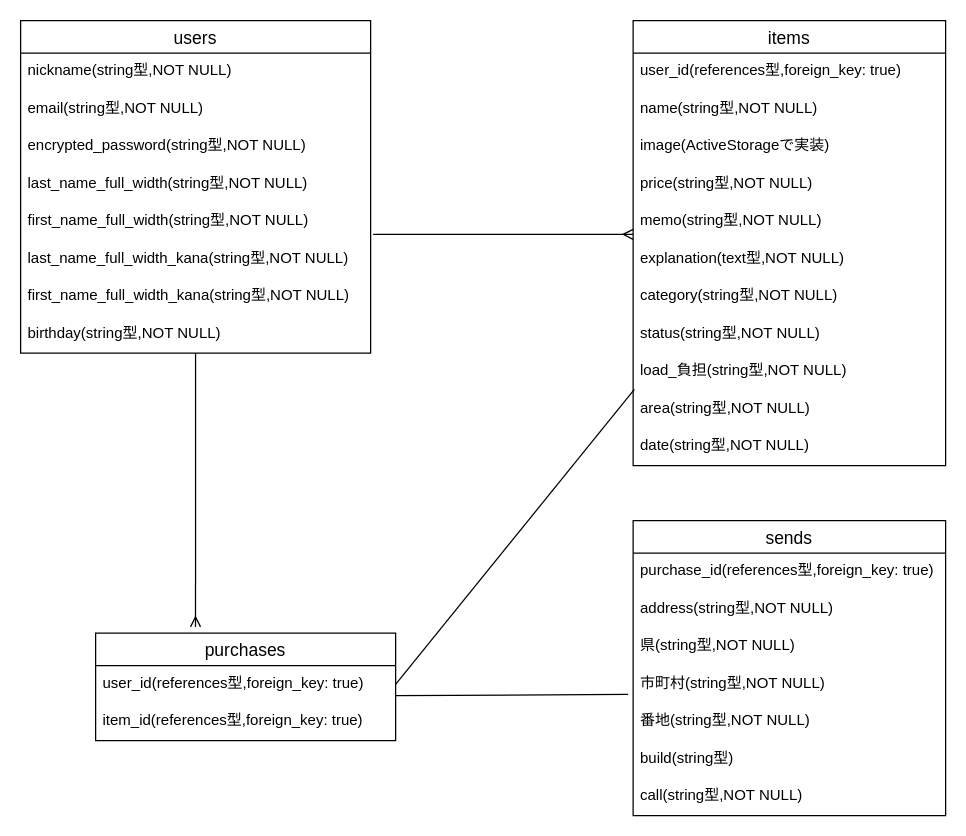
chachamaru6/furima-36589 keeps this draw.io diagram as page "ページ1" (1 of 2) of furima.dio. Above is the earlier version. Source tidied: cells renumbered, new cells numbered last; positions are measured from the earlier drawing's top-left corner, leaving out a move shared by most shapes. Both pictures are drawn from the tidied source at 125%, with x=0, y=0 at pixel (20, 20).
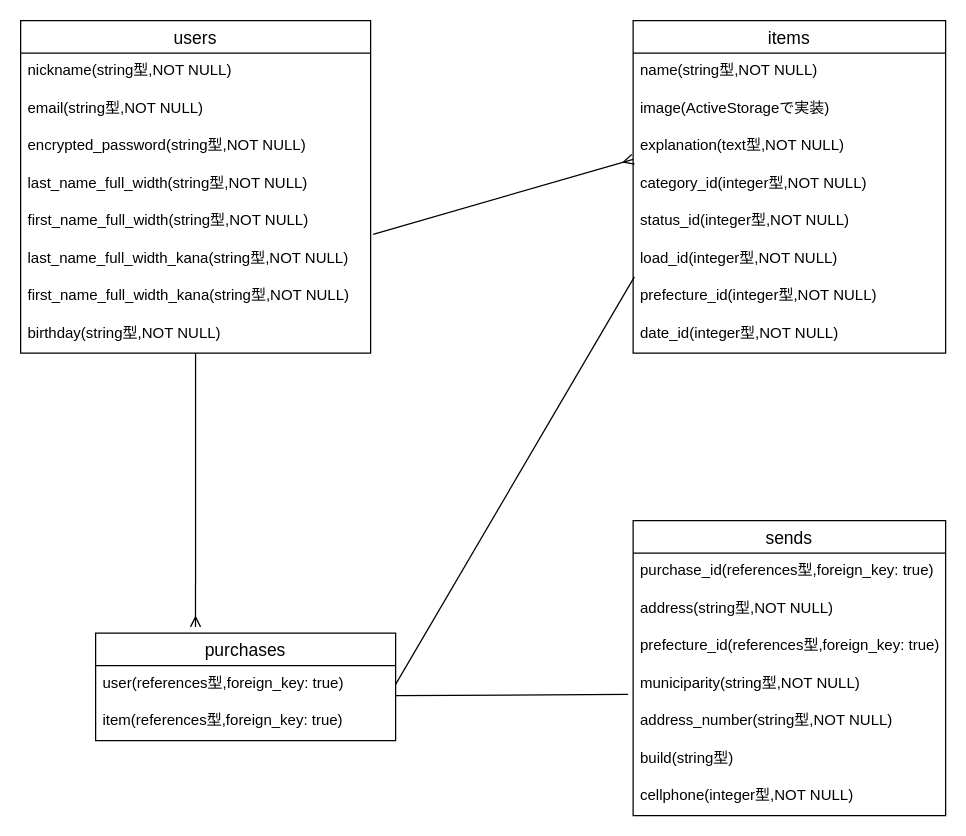
Above is the later version.

Unchanged cells that the change refers to:
```xml
<mxCell id="24" value="purchases" style="swimlane;fontStyle=0;horizontal=1;startSize=26;align=center;fontSize=14;labelBackgroundColor=#ffffff;" parent="1" vertex="1">
  <mxGeometry x="60" y="490" width="240" height="86" as="geometry" />
</mxCell>
<mxCell id="27" value="sends" style="swimlane;fontStyle=0;horizontal=1;startSize=26;align=center;fontSize=14;labelBackgroundColor=#ffffff;fillColor=none;" parent="1" vertex="1">
  <mxGeometry x="490" y="400" width="250" height="236" as="geometry" />
</mxCell>
```

Diff of the diagram source:
```diff
@@
     <mxCell id="12" value="items" style="swimlane;fontStyle=0;horizontal=1;startSize=26;align=center;fontSize=14;labelBackgroundColor=#ffffff;" parent="1" vertex="1">
-      <mxGeometry x="490" width="250" height="356" as="geometry" />
+      <mxGeometry x="490" width="250" height="266" as="geometry" />
     </mxCell>
-    <mxCell id="13" value="user_id(references型,foreign_key: true)" style="text;strokeColor=none;fillColor=none;spacingLeft=4;spacingRight=4;overflow=hidden;fontSize=12;" parent="12" vertex="1">
-      <mxGeometry y="26" width="250" height="30" as="geometry" />
-    </mxCell>
     <mxCell id="14" value="name(string型,NOT NULL)" style="text;strokeColor=none;fillColor=none;spacingLeft=4;spacingRight=4;overflow=hidden;fontSize=12;" parent="12" vertex="1">
-      <mxGeometry y="56" width="250" height="30" as="geometry" />
+      <mxGeometry y="26" width="250" height="30" as="geometry" />
     </mxCell>
     <mxCell id="15" value="image(ActiveStorageで実装)" style="text;strokeColor=none;fillColor=none;spacingLeft=4;spacingRight=4;overflow=hidden;fontSize=12;" parent="12" vertex="1">
-      <mxGeometry y="86" width="250" height="30" as="geometry" />
+      <mxGeometry y="56" width="250" height="30" as="geometry" />
     </mxCell>
-    <mxCell id="16" value="price(string型,NOT NULL)" style="text;strokeColor=none;fillColor=none;spacingLeft=4;spacingRight=4;overflow=hidden;fontSize=12;" parent="12" vertex="1">
-      <mxGeometry y="116" width="250" height="30" as="geometry" />
-    </mxCell>
-    <mxCell id="17" value="memo(string型,NOT NULL)" style="text;strokeColor=none;fillColor=none;spacingLeft=4;spacingRight=4;overflow=hidden;points=[[0,0.5],[1,0.5]];portConstraint=eastwest;fontSize=12;" parent="12" vertex="1">
-      <mxGeometry y="146" width="250" height="30" as="geometry" />
-    </mxCell>
     <mxCell id="18" value="explanation(text型,NOT NULL)" style="text;strokeColor=none;fillColor=none;spacingLeft=4;spacingRight=4;overflow=hidden;fontSize=12;" parent="12" vertex="1">
-      <mxGeometry y="176" width="250" height="30" as="geometry" />
+      <mxGeometry y="86" width="250" height="30" as="geometry" />
     </mxCell>
-    <mxCell id="19" value="category(string型,NOT NULL)" style="text;strokeColor=none;fillColor=none;spacingLeft=4;spacingRight=4;overflow=hidden;fontSize=12;" parent="12" vertex="1">
-      <mxGeometry y="206" width="250" height="30" as="geometry" />
+    <mxCell id="19" value="category_id(integer型,NOT NULL)" style="text;strokeColor=none;fillColor=none;spacingLeft=4;spacingRight=4;overflow=hidden;fontSize=12;" parent="12" vertex="1">
+      <mxGeometry y="116" width="250" height="30" as="geometry" />
     </mxCell>
-    <mxCell id="20" value="status(string型,NOT NULL)" style="text;strokeColor=none;fillColor=none;spacingLeft=4;spacingRight=4;overflow=hidden;fontSize=12;" parent="12" vertex="1">
-      <mxGeometry y="236" width="250" height="30" as="geometry" />
+    <mxCell id="20" value="status_id(integer型,NOT NULL)" style="text;strokeColor=none;fillColor=none;spacingLeft=4;spacingRight=4;overflow=hidden;fontSize=12;" parent="12" vertex="1">
+      <mxGeometry y="146" width="250" height="30" as="geometry" />
     </mxCell>
-    <mxCell id="21" value="load_負担(string型,NOT NULL)" style="text;strokeColor=none;fillColor=none;spacingLeft=4;spacingRight=4;overflow=hidden;fontSize=12;" parent="12" vertex="1">
-      <mxGeometry y="266" width="250" height="30" as="geometry" />
+    <mxCell id="21" value="load_id(integer型,NOT NULL)" style="text;strokeColor=none;fillColor=none;spacingLeft=4;spacingRight=4;overflow=hidden;fontSize=12;" parent="12" vertex="1">
+      <mxGeometry y="176" width="250" height="30" as="geometry" />
     </mxCell>
-    <mxCell id="22" value="area(string型,NOT NULL)" style="text;strokeColor=none;fillColor=none;spacingLeft=4;spacingRight=4;overflow=hidden;points=[[0,0.5],[1,0.5]];portConstraint=eastwest;fontSize=12;" parent="12" vertex="1">
-      <mxGeometry y="296" width="250" height="30" as="geometry" />
+    <mxCell id="22" value="prefecture_id(integer型,NOT NULL)" style="text;strokeColor=none;fillColor=none;spacingLeft=4;spacingRight=4;overflow=hidden;points=[[0,0.5],[1,0.5]];portConstraint=eastwest;fontSize=12;" parent="12" vertex="1">
+      <mxGeometry y="206" width="250" height="30" as="geometry" />
     </mxCell>
-    <mxCell id="23" value="date(string型,NOT NULL)" style="text;strokeColor=none;fillColor=none;spacingLeft=4;spacingRight=4;overflow=hidden;fontSize=12;" parent="12" vertex="1">
-      <mxGeometry y="326" width="250" height="30" as="geometry" />
+    <mxCell id="23" value="date_id(integer型,NOT NULL)" style="text;strokeColor=none;fillColor=none;spacingLeft=4;spacingRight=4;overflow=hidden;fontSize=12;" parent="12" vertex="1">
+      <mxGeometry y="236" width="250" height="30" as="geometry" />
     </mxCell>
@@
-    <mxCell id="25" value="user_id(references型,foreign_key: true)" style="text;strokeColor=none;fillColor=none;spacingLeft=4;spacingRight=4;overflow=hidden;fontSize=12;" parent="24" vertex="1">
+    <mxCell id="25" value="user(references型,foreign_key: true)" style="text;strokeColor=none;fillColor=none;spacingLeft=4;spacingRight=4;overflow=hidden;fontSize=12;" parent="24" vertex="1">
       <mxGeometry y="26" width="240" height="30" as="geometry" />
     </mxCell>
-    <mxCell id="26" value="item_id(references型,foreign_key: true)" style="text;strokeColor=none;fillColor=none;spacingLeft=4;spacingRight=4;overflow=hidden;fontSize=12;" parent="24" vertex="1">
+    <mxCell id="26" value="item(references型,foreign_key: true)" style="text;strokeColor=none;fillColor=none;spacingLeft=4;spacingRight=4;overflow=hidden;fontSize=12;" parent="24" vertex="1">
       <mxGeometry y="56" width="240" height="30" as="geometry" />
     </mxCell>
@@
-    <mxCell id="30" value="県(string型,NOT NULL)" style="text;strokeColor=none;fillColor=none;spacingLeft=4;spacingRight=4;overflow=hidden;fontSize=12;" parent="27" vertex="1">
+    <mxCell id="30" value="prefecture_id(references型,foreign_key: true)" style="text;strokeColor=none;fillColor=none;spacingLeft=4;spacingRight=4;overflow=hidden;fontSize=12;" parent="27" vertex="1">
       <mxGeometry y="86" width="250" height="30" as="geometry" />
     </mxCell>
-    <mxCell id="31" value="市町村(string型,NOT NULL)" style="text;strokeColor=none;fillColor=none;spacingLeft=4;spacingRight=4;overflow=hidden;points=[[0,0.5],[1,0.5]];portConstraint=eastwest;fontSize=12;" parent="27" vertex="1">
+    <mxCell id="31" value="municiparity(string型,NOT NULL)" style="text;strokeColor=none;fillColor=none;spacingLeft=4;spacingRight=4;overflow=hidden;points=[[0,0.5],[1,0.5]];portConstraint=eastwest;fontSize=12;" parent="27" vertex="1">
       <mxGeometry y="116" width="250" height="30" as="geometry" />
     </mxCell>
-    <mxCell id="32" value="番地(string型,NOT NULL)" style="text;strokeColor=none;fillColor=none;spacingLeft=4;spacingRight=4;overflow=hidden;fontSize=12;" parent="27" vertex="1">
+    <mxCell id="32" value="address_number(string型,NOT NULL)" style="text;strokeColor=none;fillColor=none;spacingLeft=4;spacingRight=4;overflow=hidden;fontSize=12;" parent="27" vertex="1">
       <mxGeometry y="146" width="250" height="30" as="geometry" />
     </mxCell>
@@
-    <mxCell id="34" value="call(string型,NOT NULL)" style="text;strokeColor=none;fillColor=none;spacingLeft=4;spacingRight=4;overflow=hidden;fontSize=12;" parent="27" vertex="1">
+    <mxCell id="34" value="cellphone(integer型,NOT NULL)" style="text;strokeColor=none;fillColor=none;spacingLeft=4;spacingRight=4;overflow=hidden;fontSize=12;" parent="27" vertex="1">
       <mxGeometry y="206" width="250" height="30" as="geometry" />
     </mxCell>
@@
-    <mxCell id="37" style="edgeStyle=none;rounded=0;sketch=0;jettySize=auto;html=1;entryX=0;entryY=0.833;entryDx=0;entryDy=0;entryPerimeter=0;endArrow=ERmany;endFill=0;" parent="1" edge="1" target="17">
+    <mxCell id="37" style="edgeStyle=none;rounded=0;sketch=0;orthogonalLoop=1;jettySize=auto;html=1;entryX=0;entryY=0.833;entryDx=0;entryDy=0;entryPerimeter=0;endArrow=ERmany;endFill=0;" parent="1" edge="1">
       <mxGeometry relative="1" as="geometry">
         <mxPoint x="282" y="171" as="sourcePoint" />
+        <mxPoint x="490" y="111" as="targetPoint" />
       </mxGeometry>
     </mxCell>
```
